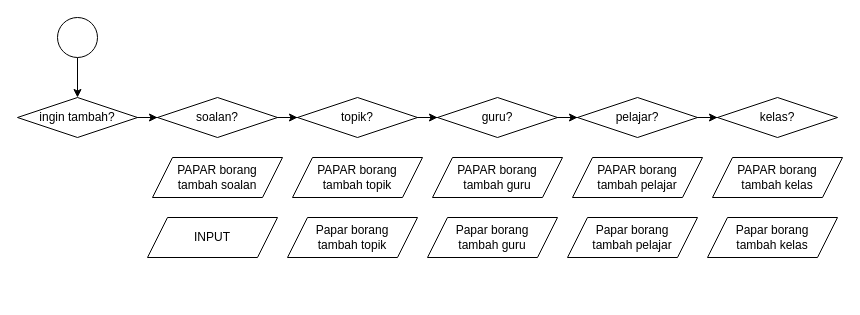
Before: graphs/guru operations part 2.drawio in halouthere233/skkerjakursus2021private, a draw.io diagram. Source tidied: cells renumbered, new cells numbered last; positions are measured from the earlier drawing's top-left corner, leaving out a move shared by most shapes. Both pictures are drawn from the tidied source at 100%, with x=0, y=0 at pixel (17, 17).
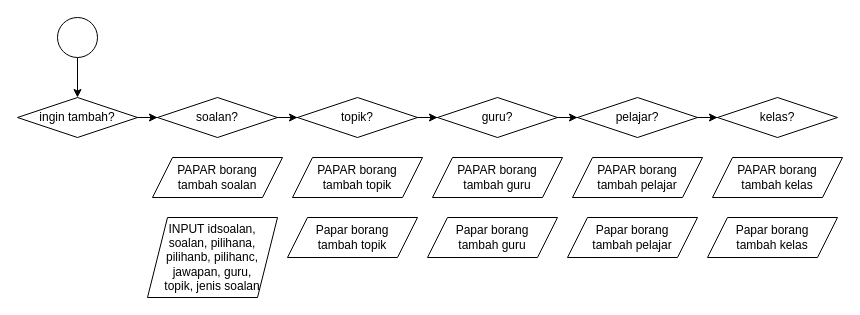
After the change.

What changed in the source:
```diff
@@
-    <mxCell id="20" value="INPUT" style="shape=parallelogram;perimeter=parallelogramPerimeter;whiteSpace=wrap;html=1;fixedSize=1;" parent="1" vertex="1">
-      <mxGeometry x="130" y="200" width="130" height="40" as="geometry" />
+    <mxCell id="20" value="INPUT idsoalan, soalan, pilihana, pilihanb, pilihanc, jawapan, guru,&lt;br&gt;topik, jenis soalan" style="shape=parallelogram;perimeter=parallelogramPerimeter;whiteSpace=wrap;html=1;fixedSize=1;" parent="1" vertex="1">
+      <mxGeometry x="130" y="200" width="130" height="80" as="geometry" />
     </mxCell>
```
